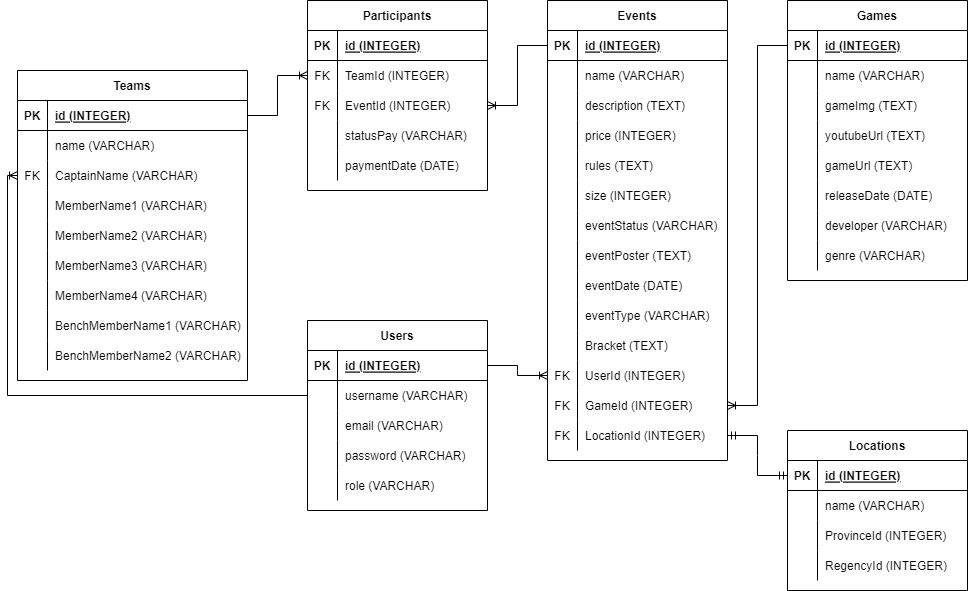
Above: refrences/ERD DB Schema/Gametive Schema ERD.png in YohKristian/Gametive (draw.io), before the change. Source tidied: cells renumbered, new cells last; positions are measured from the earlier drawing's top-left corner, leaving out a move shared by most shapes.
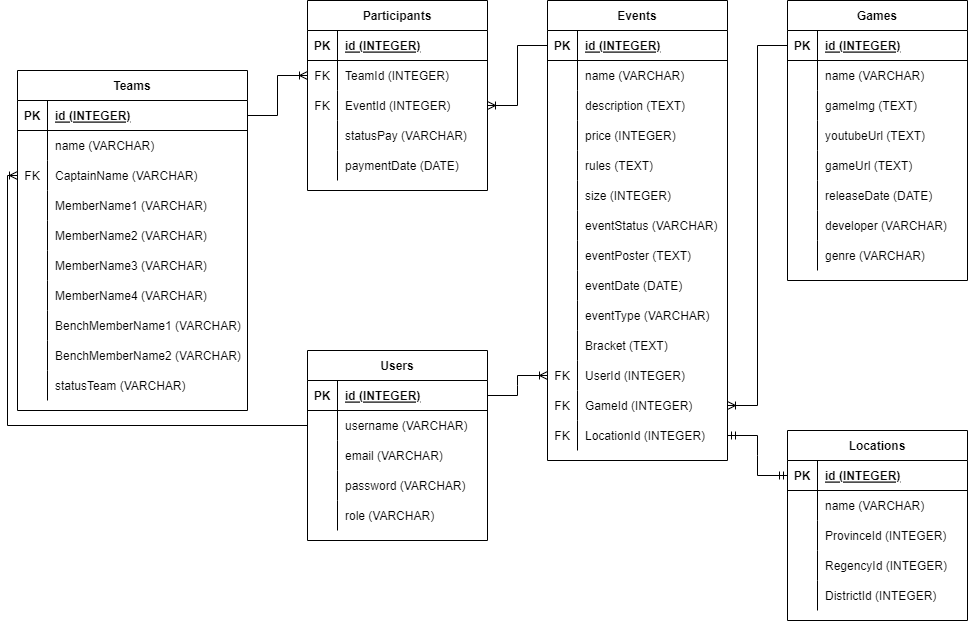
Later version of the same file.

Commit message:
update ERD Schema

The edit, as a diff of the source:
```diff
@@ -3,7 +3,7 @@
     <mxCell id="0" />
     <mxCell id="1" parent="0" />
     <mxCell id="2" value="Users" style="shape=table;startSize=30;rowLines=0;fontStyle=1;align=center;" parent="1" vertex="1">
-      <mxGeometry x="290" y="320" width="180" height="190" as="geometry" />
+      <mxGeometry x="290" y="350" width="180" height="190" as="geometry" />
     </mxCell>
     <mxCell id="3" style="shape=tableRow;horizontal=0;startSize=0;swimlaneHead=0;swimlaneBody=0;fillColor=none;points=[[0,0.5],[1,0.5]];portConstraint=eastwest;top=0;left=0;right=0;bottom=1;" parent="2" vertex="1">
       <mxGeometry y="30" width="180" height="30" as="geometry" />
@@ -261,7 +261,7 @@
       <mxGeometry relative="1" as="geometry" />
     </mxCell>
     <mxCell id="88" value="Locations" style="shape=table;startSize=30;rowLines=0;fontStyle=1;align=center;" parent="1" vertex="1">
-      <mxGeometry x="770" y="430" width="180" height="160" as="geometry" />
+      <mxGeometry x="770" y="430" width="180" height="190" as="geometry" />
     </mxCell>
     <mxCell id="89" style="shape=tableRow;horizontal=0;startSize=0;swimlaneHead=0;swimlaneBody=0;fillColor=none;points=[[0,0.5],[1,0.5]];portConstraint=eastwest;top=0;left=0;right=0;bottom=1;" parent="88" vertex="1">
       <mxGeometry y="30" width="180" height="30" as="geometry" />
@@ -299,6 +299,15 @@
     <mxCell id="100" value="RegencyId (INTEGER)" style="shape=partialRectangle;fillColor=none;top=0;left=0;bottom=0;right=0;align=left;spacingLeft=6;overflow=hidden;" parent="98" vertex="1">
       <mxGeometry x="30" width="150" height="30" as="geometry" />
     </mxCell>
+    <mxCell id="149" style="shape=tableRow;horizontal=0;startSize=0;swimlaneHead=0;swimlaneBody=0;fillColor=none;top=0;left=0;right=0;bottom=0;" parent="88" vertex="1">
+      <mxGeometry y="150" width="180" height="30" as="geometry" />
+    </mxCell>
+    <mxCell id="150" style="shape=partialRectangle;fillColor=none;top=0;left=0;bottom=0;right=0;overflow=hidden;" parent="149" vertex="1">
+      <mxGeometry width="30" height="30" as="geometry" />
+    </mxCell>
+    <mxCell id="151" value="DistrictId (INTEGER)" style="shape=partialRectangle;fillColor=none;top=0;left=0;bottom=0;right=0;align=left;spacingLeft=6;overflow=hidden;" parent="149" vertex="1">
+      <mxGeometry x="30" width="150" height="30" as="geometry" />
+    </mxCell>
     <mxCell id="101" value="Participants" style="shape=table;startSize=30;rowLines=0;fontStyle=1;align=center;" parent="1" vertex="1">
       <mxGeometry x="290" width="180" height="190" as="geometry" />
     </mxCell>
@@ -354,7 +363,7 @@
       <mxGeometry relative="1" as="geometry" />
     </mxCell>
     <mxCell id="119" value="Teams" style="shape=table;startSize=30;rowLines=0;fontStyle=1;align=center;" parent="1" vertex="1">
-      <mxGeometry y="70" width="230" height="310" as="geometry" />
+      <mxGeometry y="70" width="230" height="340" as="geometry" />
     </mxCell>
     <mxCell id="120" style="shape=tableRow;horizontal=0;startSize=0;swimlaneHead=0;swimlaneBody=0;fillColor=none;points=[[0,0.5],[1,0.5]];portConstraint=eastwest;top=0;left=0;right=0;bottom=1;" parent="119" vertex="1">
       <mxGeometry y="30" width="230" height="30" as="geometry" />
@@ -437,6 +446,15 @@
     <mxCell id="146" value="BenchMemberName2 (VARCHAR)" style="shape=partialRectangle;fillColor=none;top=0;left=0;bottom=0;right=0;align=left;spacingLeft=6;overflow=hidden;" parent="144" vertex="1">
       <mxGeometry x="30" width="200" height="30" as="geometry" />
     </mxCell>
+    <mxCell id="152" style="shape=tableRow;horizontal=0;startSize=0;swimlaneHead=0;swimlaneBody=0;fillColor=none;top=0;left=0;right=0;bottom=0;" parent="119" vertex="1">
+      <mxGeometry y="300" width="230" height="30" as="geometry" />
+    </mxCell>
+    <mxCell id="153" style="shape=partialRectangle;fillColor=none;top=0;left=0;bottom=0;right=0;overflow=hidden;" parent="152" vertex="1">
+      <mxGeometry width="30" height="30" as="geometry" />
+    </mxCell>
+    <mxCell id="154" value="statusTeam (VARCHAR)" style="shape=partialRectangle;fillColor=none;top=0;left=0;bottom=0;right=0;align=left;spacingLeft=6;overflow=hidden;" parent="152" vertex="1">
+      <mxGeometry x="30" width="200" height="30" as="geometry" />
+    </mxCell>
     <mxCell id="147" style="edgeStyle=orthogonalEdgeStyle;fontSize=12;html=1;endArrow=ERoneToMany;rounded=0;exitX=0;exitY=0.5;exitDx=0;exitDy=0;entryX=0;entryY=0.5;entryDx=0;entryDy=0;" parent="1" edge="1" source="6" target="126">
       <mxGeometry relative="1" as="geometry" />
     </mxCell>
```
